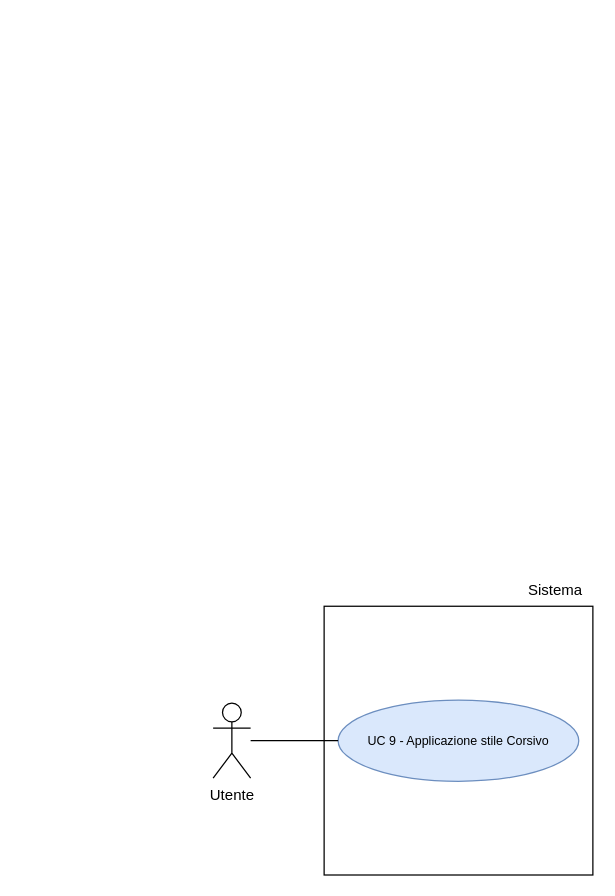
This is RTB/doc_esterna/analisi-dei-requisiti/assets/draw.io/UC9.drawio from thebitless-group-swe/thebitless.github.io, a draw.io file, before an edit. Source tidied: cells renumbered, new cells numbered last; positions are measured from the earlier drawing's top-left corner, leaving out a move shared by most shapes. Both pictures are drawn from the tidied source at 125%, with x=0, y=0 at pixel (212, 571).
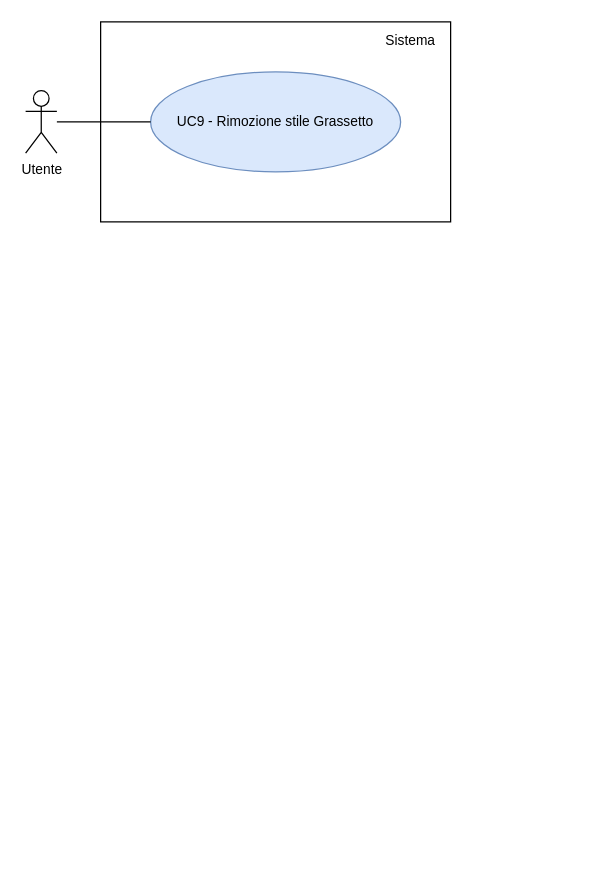
The same page after the edit.

What changed in the source:
```diff
@@
 <mxGraphModel>
   <root>
     <mxCell id="0" />
     <mxCell id="1" parent="0" />
-    <mxCell id="2" value="Utente" style="shape=umlActor;verticalLabelPosition=bottom;verticalAlign=top;html=1;outlineConnect=0;" parent="1" vertex="1">
-      <mxGeometry y="105" width="30" height="60" as="geometry" />
+    <mxCell id="2" value="Utente" style="shape=umlActor;verticalLabelPosition=bottom;verticalAlign=top;html=1;outlineConnect=0;fontSize=11;" parent="1" vertex="1">
+      <mxGeometry x="-150" y="-385" width="25" height="50" as="geometry" />
     </mxCell>
-    <mxCell id="3" style="whiteSpace=wrap;html=1;" parent="1" vertex="1">
-      <mxGeometry x="88.8" y="27.5" width="215" height="215" as="geometry" />
-    </mxCell>
+    <mxCell id="7" style="rounded=0;whiteSpace=wrap;html=1;strokeWidth=1;" parent="1" vertex="1">
+      <mxGeometry x="-90" y="-440" width="280" height="160" as="geometry" />
+    </mxCell>
-    <mxCell id="4" value="Sistema" style="text;html=1;whiteSpace=wrap;strokeColor=none;fillColor=none;align=center;verticalAlign=middle;rounded=0;" parent="1" vertex="1">
-      <mxGeometry x="243.8" width="60" height="30" as="geometry" />
+    <mxCell id="4" value="Sistema" style="text;html=1;whiteSpace=wrap;strokeColor=none;fillColor=none;align=right;verticalAlign=middle;fontSize=11;" parent="1" vertex="1">
+      <mxGeometry x="110" y="-435" width="70" height="20" as="geometry" />
     </mxCell>
-    <mxCell id="5" value="UC 9 - Applicazione stile Corsivo" style="ellipse;whiteSpace=wrap;html=1;fillColor=#dae8fc;strokeColor=#6c8ebf;fontSize=10;" parent="1" vertex="1">
-      <mxGeometry x="100" y="102.5" width="192.5" height="65" as="geometry" />
-    </mxCell>
-    <mxCell id="6" style="edgeStyle=none;rounded=0;jettySize=auto;html=1;endArrow=none;endFill=0;" parent="1" edge="1" source="2" target="5">
-      <mxGeometry relative="1" as="geometry" />
-    </mxCell>
+    <mxCell id="8" value="UC9 - Rimozione stile Grassetto" style="ellipse;whiteSpace=wrap;html=1;fillColor=#dae8fc;strokeColor=#6c8ebf;fontSize=11;" parent="1" vertex="1">
+      <mxGeometry x="-50" y="-400" width="200" height="80" as="geometry" />
+    </mxCell>
+    <mxCell id="9" style="edgeStyle=none;rounded=0;jettySize=auto;html=1;endArrow=none;endFill=0;" parent="1" edge="1" source="2" target="8">
+      <mxGeometry relative="1" as="geometry" />
+    </mxCell>
   </root>
 </mxGraphModel>
```
